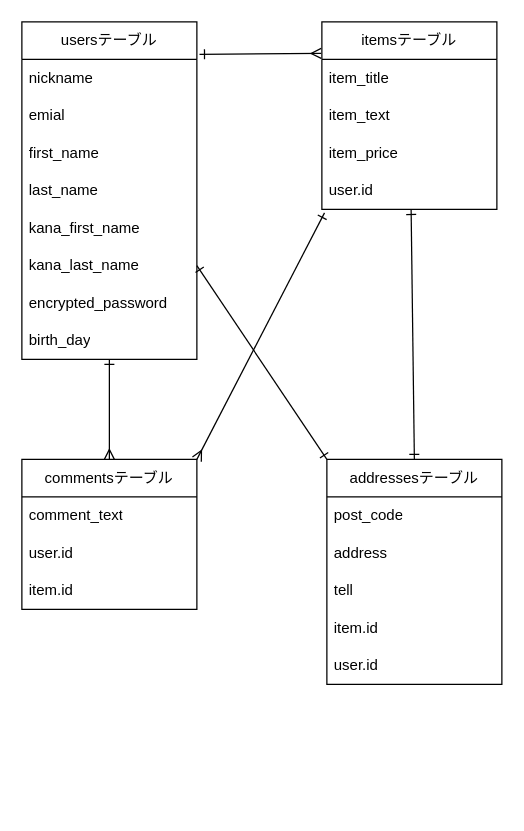
Above: test.dio in yato1122/furima-39462 (draw.io), before the change. Source tidied: cells renumbered, new cells numbered last; positions are measured from the earlier drawing's top-left corner, leaving out a move shared by most shapes. Both pictures are drawn from the tidied source at 125%, with x=0, y=0 at pixel (21, 21).
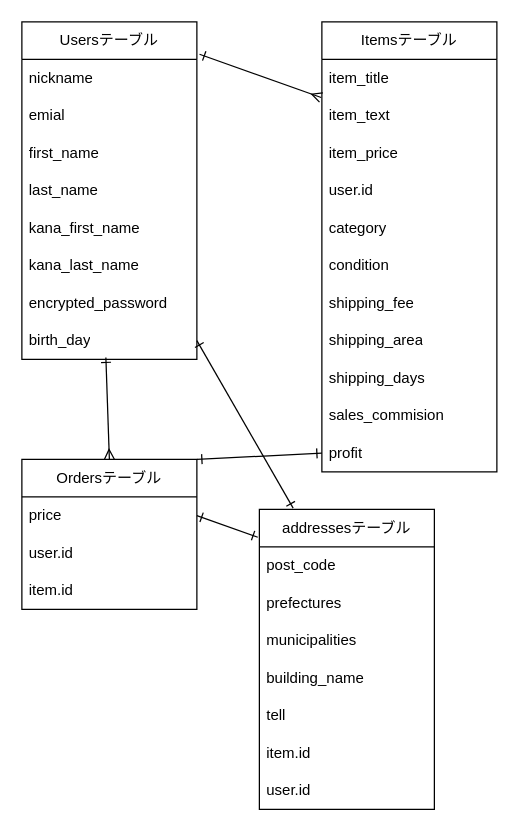
After the change.

Unchanged cells that the change refers to:
```xml
<mxCell id="10" value="birth_day" style="text;strokeColor=none;fillColor=none;align=left;verticalAlign=middle;spacingLeft=4;spacingRight=4;overflow=hidden;points=[[0,0.5],[1,0.5]];portConstraint=eastwest;whiteSpace=wrap;html=1;" parent="2" vertex="1">
  <mxGeometry y="240" width="140" height="30" as="geometry" />
</mxCell>
<mxCell id="16" value="user.id" style="text;strokeColor=none;fillColor=none;align=left;verticalAlign=middle;spacingLeft=4;spacingRight=4;overflow=hidden;points=[[0,0.5],[1,0.5]];portConstraint=eastwest;whiteSpace=wrap;html=1;" parent="11" vertex="1">
  <mxGeometry y="120" width="140" height="30" as="geometry" />
</mxCell>
```

The edit, as a diff of the source:
```diff
@@
-    <mxCell id="2" value="usersテーブル" style="swimlane;fontStyle=0;horizontal=1;startSize=30;whiteSpace=wrap;html=1;" parent="1" vertex="1">
+    <mxCell id="2" value="Usersテーブル" style="swimlane;fontStyle=0;horizontal=1;startSize=30;whiteSpace=wrap;html=1;" parent="1" vertex="1">
       <mxGeometry width="140" height="270" as="geometry" />
     </mxCell>
@@
-    <mxCell id="11" value="itemsテーブル" style="swimlane;fontStyle=0;horizontal=1;startSize=30;whiteSpace=wrap;html=1;" parent="1" vertex="1">
-      <mxGeometry x="240" width="140" height="150" as="geometry" />
+    <mxCell id="11" value="Itemsテーブル" style="swimlane;fontStyle=0;horizontal=1;startSize=30;whiteSpace=wrap;html=1;" parent="1" vertex="1">
+      <mxGeometry x="240" width="140" height="360" as="geometry" />
     </mxCell>
@@
+    <mxCell id="33" value="category" style="text;strokeColor=none;fillColor=none;align=left;verticalAlign=middle;spacingLeft=4;spacingRight=4;overflow=hidden;whiteSpace=wrap;html=1;" parent="11" vertex="1">
+      <mxGeometry y="150" width="140" height="30" as="geometry" />
+    </mxCell>
+    <mxCell id="34" value="condition" style="text;strokeColor=none;fillColor=none;align=left;verticalAlign=middle;spacingLeft=4;spacingRight=4;overflow=hidden;whiteSpace=wrap;html=1;" parent="11" vertex="1">
+      <mxGeometry y="180" width="140" height="30" as="geometry" />
+    </mxCell>
+    <mxCell id="35" value="shipping_fee" style="text;strokeColor=none;fillColor=none;align=left;verticalAlign=middle;spacingLeft=4;spacingRight=4;overflow=hidden;whiteSpace=wrap;html=1;" parent="11" vertex="1">
+      <mxGeometry y="210" width="140" height="30" as="geometry" />
+    </mxCell>
+    <mxCell id="36" value="shipping_area" style="text;strokeColor=none;fillColor=none;align=left;verticalAlign=middle;spacingLeft=4;spacingRight=4;overflow=hidden;whiteSpace=wrap;html=1;" parent="11" vertex="1">
+      <mxGeometry y="240" width="140" height="30" as="geometry" />
+    </mxCell>
+    <mxCell id="37" value="shipping_days" style="text;strokeColor=none;fillColor=none;align=left;verticalAlign=middle;spacingLeft=4;spacingRight=4;overflow=hidden;whiteSpace=wrap;html=1;" parent="11" vertex="1">
+      <mxGeometry y="270" width="140" height="30" as="geometry" />
+    </mxCell>
+    <mxCell id="38" value="sales_commision" style="text;strokeColor=none;fillColor=none;align=left;verticalAlign=middle;spacingLeft=4;spacingRight=4;overflow=hidden;whiteSpace=wrap;html=1;" parent="11" vertex="1">
+      <mxGeometry y="300" width="140" height="30" as="geometry" />
+    </mxCell>
+    <mxCell id="39" value="profit" style="text;strokeColor=none;fillColor=none;align=left;verticalAlign=middle;spacingLeft=4;spacingRight=4;overflow=hidden;points=[[0,0.5],[1,0.5]];portConstraint=eastwest;whiteSpace=wrap;html=1;" parent="11" vertex="1">
+      <mxGeometry y="330" width="140" height="30" as="geometry" />
+    </mxCell>
-    <mxCell id="17" style="edgeStyle=none;rounded=0;html=1;exitX=1;exitY=0;exitDx=0;exitDy=0;startArrow=ERmany;startFill=0;endArrow=ERone;endFill=0;entryX=0.015;entryY=1.093;entryDx=0;entryDy=0;entryPerimeter=0;" parent="1" edge="1" source="19" target="16">
+    <mxCell id="17" style="edgeStyle=none;rounded=0;html=1;exitX=1;exitY=0;exitDx=0;exitDy=0;startArrow=ERone;startFill=0;endArrow=ERone;endFill=0;entryX=0;entryY=0.5;entryDx=0;entryDy=0;" parent="1" edge="1" source="19" target="39">
       <mxGeometry relative="1" as="geometry" />
     </mxCell>
-    <mxCell id="18" style="edgeStyle=none;rounded=0;html=1;exitX=0.5;exitY=0;exitDx=0;exitDy=0;startArrow=ERmany;startFill=0;endArrow=ERone;endFill=0;" parent="1" edge="1" source="19">
-      <mxGeometry relative="1" as="geometry">
-        <mxPoint x="70" y="270" as="targetPoint" />
-      </mxGeometry>
+    <mxCell id="18" style="edgeStyle=none;rounded=0;html=1;exitX=0.5;exitY=0;exitDx=0;exitDy=0;startArrow=ERmany;startFill=0;endArrow=ERone;endFill=0;entryX=0.48;entryY=0.948;entryDx=0;entryDy=0;entryPerimeter=0;" parent="1" edge="1" source="19" target="10">
+      <mxGeometry relative="1" as="geometry" />
     </mxCell>
-    <mxCell id="19" value="commentsテーブル" style="swimlane;fontStyle=0;horizontal=1;startSize=30;whiteSpace=wrap;html=1;" parent="1" vertex="1">
+    <mxCell id="19" value="Ordersテーブル" style="swimlane;fontStyle=0;horizontal=1;startSize=30;whiteSpace=wrap;html=1;" parent="1" vertex="1">
       <mxGeometry y="350" width="140" height="120" as="geometry" />
     </mxCell>
-    <mxCell id="20" value="comment_text" style="text;strokeColor=none;fillColor=none;align=left;verticalAlign=middle;spacingLeft=4;spacingRight=4;overflow=hidden;points=[[0,0.5],[1,0.5]];portConstraint=eastwest;whiteSpace=wrap;html=1;" parent="19" vertex="1">
+    <mxCell id="20" value="price" style="text;strokeColor=none;fillColor=none;align=left;verticalAlign=middle;spacingLeft=4;spacingRight=4;overflow=hidden;points=[[0,0.5],[1,0.5]];portConstraint=eastwest;whiteSpace=wrap;html=1;" parent="19" vertex="1">
       <mxGeometry y="30" width="140" height="30" as="geometry" />
     </mxCell>
@@
-    <mxCell id="23" style="edgeStyle=none;rounded=0;html=1;exitX=0.5;exitY=0;exitDx=0;exitDy=0;entryX=0.51;entryY=1.004;entryDx=0;entryDy=0;entryPerimeter=0;startArrow=ERone;startFill=0;endArrow=ERone;endFill=0;" parent="1" edge="1" source="24" target="16">
-      <mxGeometry relative="1" as="geometry" />
-    </mxCell>
     <mxCell id="24" value="addressesテーブル" style="swimlane;fontStyle=0;horizontal=1;startSize=30;whiteSpace=wrap;html=1;" parent="1" vertex="1">
-      <mxGeometry x="244" y="350" width="140" height="180" as="geometry" />
+      <mxGeometry x="190" y="390" width="140" height="240" as="geometry" />
     </mxCell>
@@
-    <mxCell id="26" value="address" style="text;strokeColor=none;fillColor=none;align=left;verticalAlign=middle;spacingLeft=4;spacingRight=4;overflow=hidden;whiteSpace=wrap;html=1;" parent="24" vertex="1">
-      <mxGeometry y="60" width="140" height="30" as="geometry" />
-    </mxCell>
+    <mxCell id="40" value="prefectures" style="text;strokeColor=none;fillColor=none;align=left;verticalAlign=middle;spacingLeft=4;spacingRight=4;overflow=hidden;whiteSpace=wrap;html=1;" parent="24" vertex="1">
+      <mxGeometry y="60" width="140" height="30" as="geometry" />
+    </mxCell>
+    <mxCell id="41" value="municipalities" style="text;strokeColor=none;fillColor=none;align=left;verticalAlign=middle;spacingLeft=4;spacingRight=4;overflow=hidden;whiteSpace=wrap;html=1;" parent="24" vertex="1">
+      <mxGeometry y="90" width="140" height="30" as="geometry" />
+    </mxCell>
+    <mxCell id="42" value="building_name" style="text;strokeColor=none;fillColor=none;align=left;verticalAlign=middle;spacingLeft=4;spacingRight=4;overflow=hidden;whiteSpace=wrap;html=1;" parent="24" vertex="1">
+      <mxGeometry y="120" width="140" height="30" as="geometry" />
+    </mxCell>
     <mxCell id="27" value="tell" style="text;strokeColor=none;fillColor=none;align=left;verticalAlign=middle;spacingLeft=4;spacingRight=4;overflow=hidden;whiteSpace=wrap;html=1;" parent="24" vertex="1">
-      <mxGeometry y="90" width="140" height="30" as="geometry" />
+      <mxGeometry y="150" width="140" height="30" as="geometry" />
     </mxCell>
     <mxCell id="28" value="item.id" style="text;strokeColor=none;fillColor=none;align=left;verticalAlign=middle;spacingLeft=4;spacingRight=4;overflow=hidden;whiteSpace=wrap;html=1;" parent="24" vertex="1">
-      <mxGeometry y="120" width="140" height="30" as="geometry" />
+      <mxGeometry y="180" width="140" height="30" as="geometry" />
     </mxCell>
     <mxCell id="29" value="user.id" style="text;strokeColor=none;fillColor=none;align=left;verticalAlign=middle;spacingLeft=4;spacingRight=4;overflow=hidden;whiteSpace=wrap;html=1;" parent="24" vertex="1">
-      <mxGeometry y="150" width="140" height="30" as="geometry" />
+      <mxGeometry y="210" width="140" height="30" as="geometry" />
     </mxCell>
@@
-    <mxCell id="32" style="edgeStyle=none;rounded=0;html=1;exitX=1;exitY=0.5;exitDx=0;exitDy=0;entryX=0;entryY=0;entryDx=0;entryDy=0;startArrow=ERone;startFill=0;endArrow=ERone;endFill=0;" parent="1" edge="1" target="24">
-      <mxGeometry relative="1" as="geometry">
-        <mxPoint x="140" y="195" as="sourcePoint" />
-      </mxGeometry>
-    </mxCell>
+    <mxCell id="43" style="edgeStyle=none;html=1;exitX=1;exitY=0.5;exitDx=0;exitDy=0;entryX=0.193;entryY=-0.004;entryDx=0;entryDy=0;entryPerimeter=0;startArrow=ERone;startFill=0;endArrow=ERone;endFill=0;" parent="1" edge="1" source="10" target="24">
+      <mxGeometry relative="1" as="geometry" />
+    </mxCell>
+    <mxCell id="44" style="edgeStyle=none;html=1;exitX=1;exitY=0.5;exitDx=0;exitDy=0;entryX=-0.009;entryY=0.093;entryDx=0;entryDy=0;entryPerimeter=0;startArrow=ERone;startFill=0;endArrow=ERone;endFill=0;" parent="1" edge="1" source="20" target="24">
+      <mxGeometry relative="1" as="geometry" />
+    </mxCell>
```
